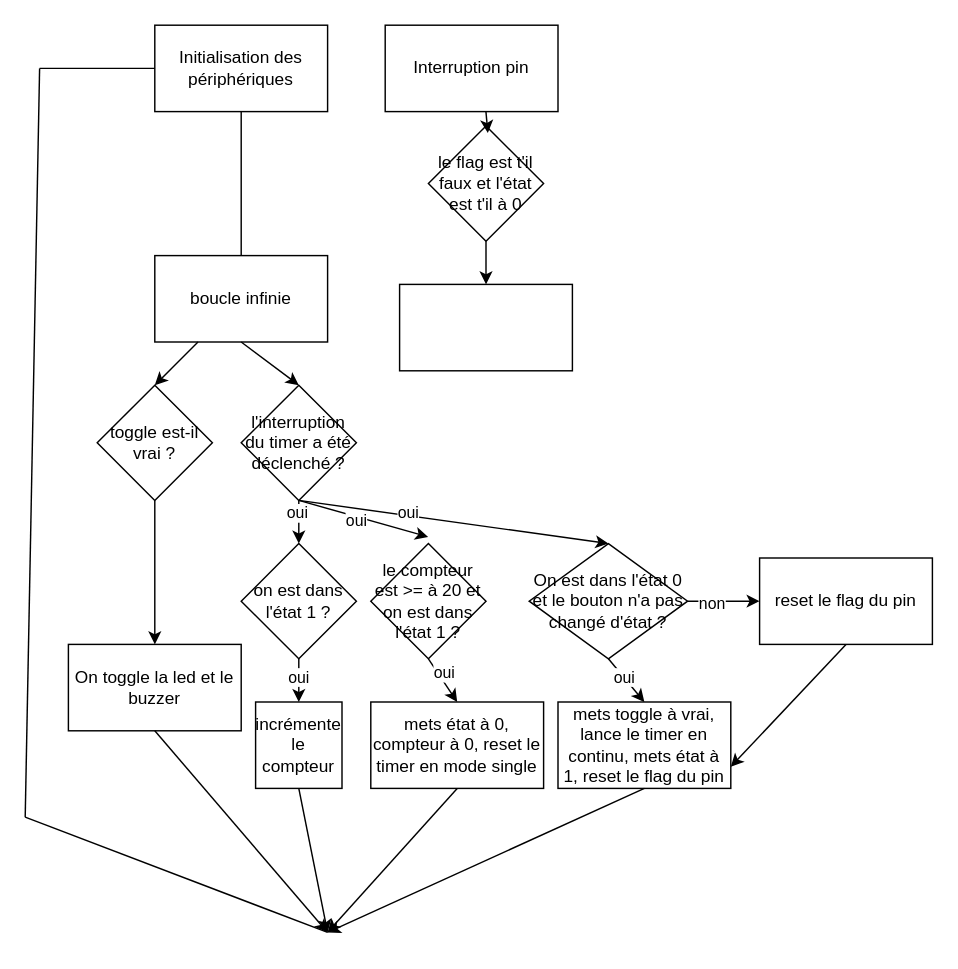
This is Diagramme sans nom.drawio from monsieur7/SNCF_DIVIA, a draw.io file, before an edit. Source tidied: cells renumbered, new cells numbered last; positions are measured from the earlier drawing's top-left corner, leaving out a move shared by most shapes. Both pictures are drawn from the tidied source at 144%, with x=0, y=0 at pixel (24, 24).
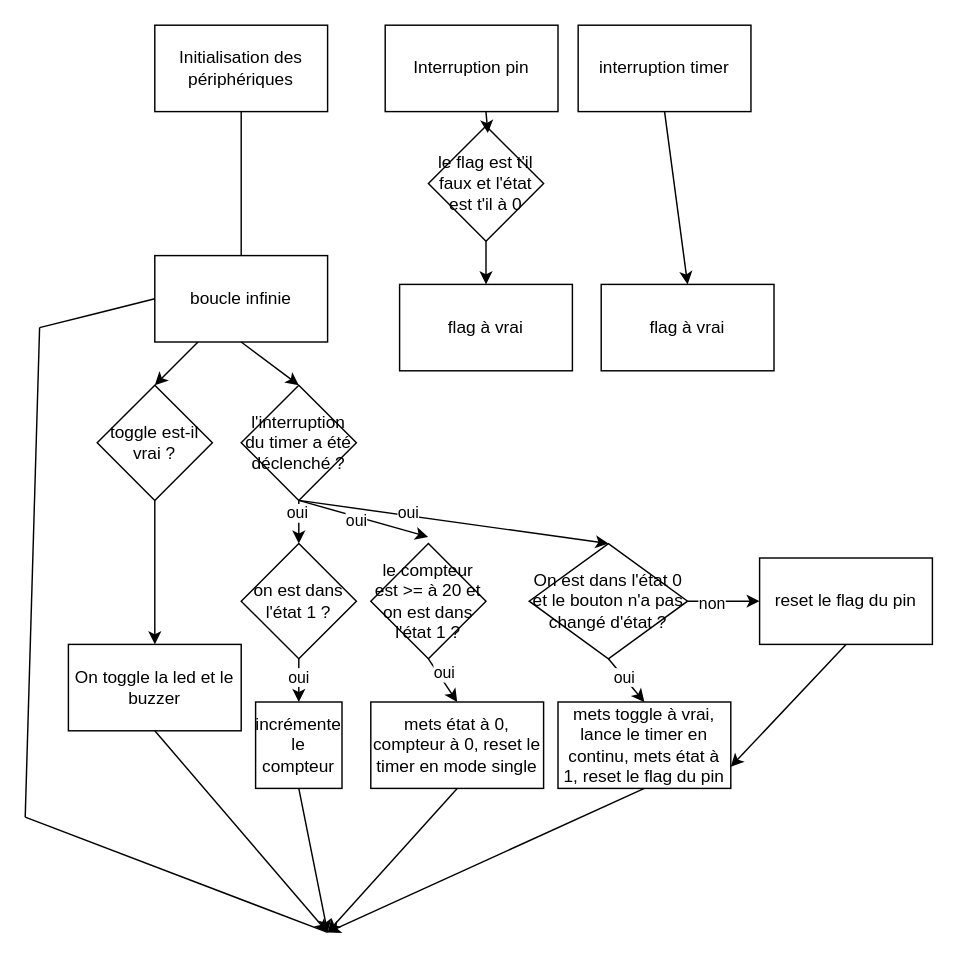
Above is the later version.

Commit message:
Mettre à jour Diagramme sans nom.drawio

The change refers to these unchanged cells:
```xml
<mxCell id="2" value="Initialisation des périphériques" style="rounded=0;whiteSpace=wrap;html=1;" parent="1" vertex="1">
  <mxGeometry x="90" width="120" height="60" as="geometry" />
</mxCell>
<mxCell id="4" value="boucle infinie" style="rounded=0;whiteSpace=wrap;html=1;" parent="1" vertex="1">
  <mxGeometry x="90" y="160" width="120" height="60" as="geometry" />
</mxCell>
```

Change to the diagram source:
```diff
@@
     <mxCell id="34" style="endArrow=none;html=1;rounded=0;" parent="1" edge="1">
       <mxGeometry relative="1" as="geometry">
         <mxPoint y="550" as="sourcePoint" />
-        <mxPoint x="10" y="30" as="targetPoint" />
+        <mxPoint x="10" y="210" as="targetPoint" />
       </mxGeometry>
     </mxCell>
-    <mxCell id="35" style="endArrow=none;html=1;rounded=0;entryX=0;entryY=0.5;entryDx=0;entryDy=0;" parent="1" edge="1" target="2">
+    <mxCell id="35" style="endArrow=none;html=1;rounded=0;entryX=0;entryY=0.5;entryDx=0;entryDy=0;" parent="1" edge="1" target="4">
       <mxGeometry relative="1" as="geometry">
-        <mxPoint x="10" y="30" as="sourcePoint" />
+        <mxPoint x="10" y="210" as="sourcePoint" />
+        <Array as="points">
+          <mxPoint x="50" y="200" />
+        </Array>
       </mxGeometry>
     </mxCell>
@@
-    <mxCell id="39" style="rounded=0;whiteSpace=wrap;html=1;" parent="1" vertex="1">
+    <mxCell id="39" value="flag à vrai&lt;br&gt;" style="rounded=0;whiteSpace=wrap;html=1;" parent="1" vertex="1">
       <mxGeometry x="260" y="180" width="120" height="60" as="geometry" />
     </mxCell>
@@
+    <mxCell id="45" value="interruption timer" style="rounded=0;whiteSpace=wrap;html=1;" parent="1" vertex="1">
+      <mxGeometry x="384" width="120" height="60" as="geometry" />
+    </mxCell>
+    <mxCell id="46" value="flag à vrai&lt;br&gt;" style="rounded=0;whiteSpace=wrap;html=1;" parent="1" vertex="1">
+      <mxGeometry x="400" y="180" width="120" height="60" as="geometry" />
+    </mxCell>
+    <mxCell id="47" style="endArrow=classic;html=1;rounded=0;exitX=0.5;exitY=1;exitDx=0;exitDy=0;entryX=0.5;entryY=0;entryDx=0;entryDy=0;" parent="1" edge="1" source="45" target="46">
+      <mxGeometry relative="1" as="geometry" />
+    </mxCell>
```
